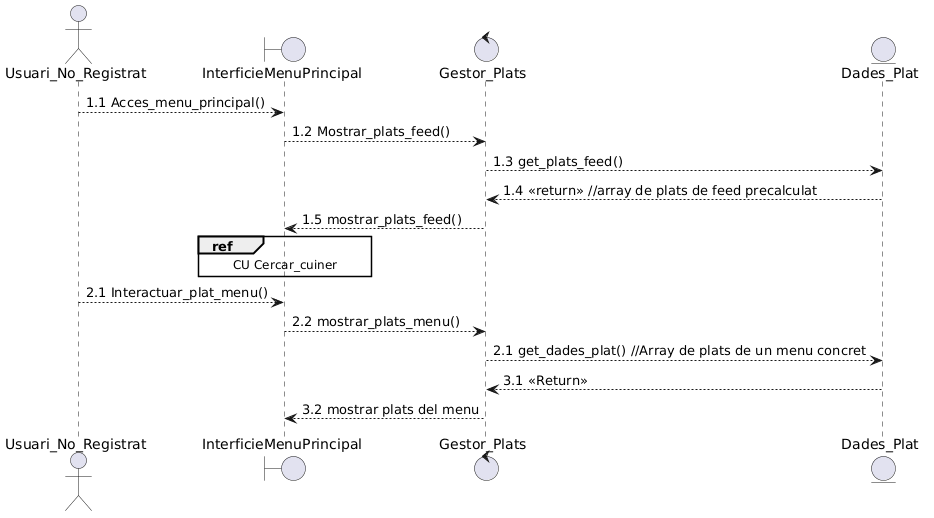
This is documents/Diagrames i Especificacions/Seqüencia/ALEJANDRO/Consultar Menu.png from martipages/ES23UAB431-02, a PlantUML export, as it was before one commit.
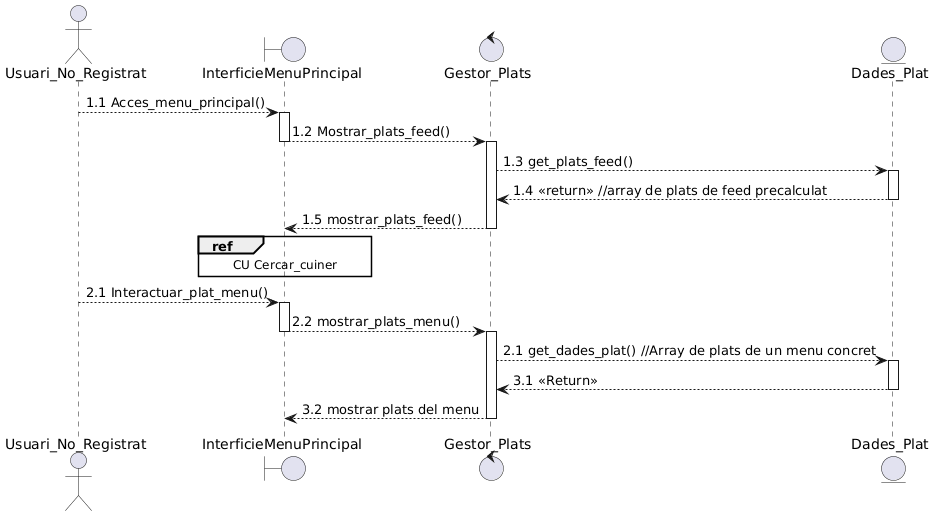
The same diagram one commit later.

What changed in the source:
```diff
@@ -5,15 +5,15 @@
 control Gestor_Plats as gestor
 entity Dades_Plat as Plat
 
-UsuariN --> interficie : 1.1 Acces_menu_principal()
-interficie --> gestor : 1.2 Mostrar_plats_feed()
-gestor --> Plat : 1.3 get_plats_feed()
-Plat --> gestor : 1.4 <<return>> //array de plats de feed precalculat
-gestor --> interficie : 1.5 mostrar_plats_feed()
+UsuariN --> interficie ++: 1.1 Acces_menu_principal()
+interficie --> gestor --++: 1.2 Mostrar_plats_feed()
+gestor --> Plat ++: 1.3 get_plats_feed()
+Plat --> gestor --: 1.4 <<return>> //array de plats de feed precalculat
+gestor --> interficie --: 1.5 mostrar_plats_feed()
 ref over interficie : CU Cercar_cuiner
-UsuariN --> interficie : 2.1 Interactuar_plat_menu()
-interficie --> gestor : 2.2 mostrar_plats_menu()
-gestor --> Plat : 2.1 get_dades_plat() //Array de plats de un menu concret
-Plat --> gestor : 3.1 <<Return>>
-gestor --> interficie : 3.2 mostrar plats del menu
+UsuariN --> interficie ++: 2.1 Interactuar_plat_menu()
+interficie --> gestor --++: 2.2 mostrar_plats_menu()
+gestor --> Plat ++: 2.1 get_dades_plat() //Array de plats de un menu concret
+Plat --> gestor --: 3.1 <<Return>>
+gestor --> interficie --: 3.2 mostrar plats del menu
 @enduml
```
